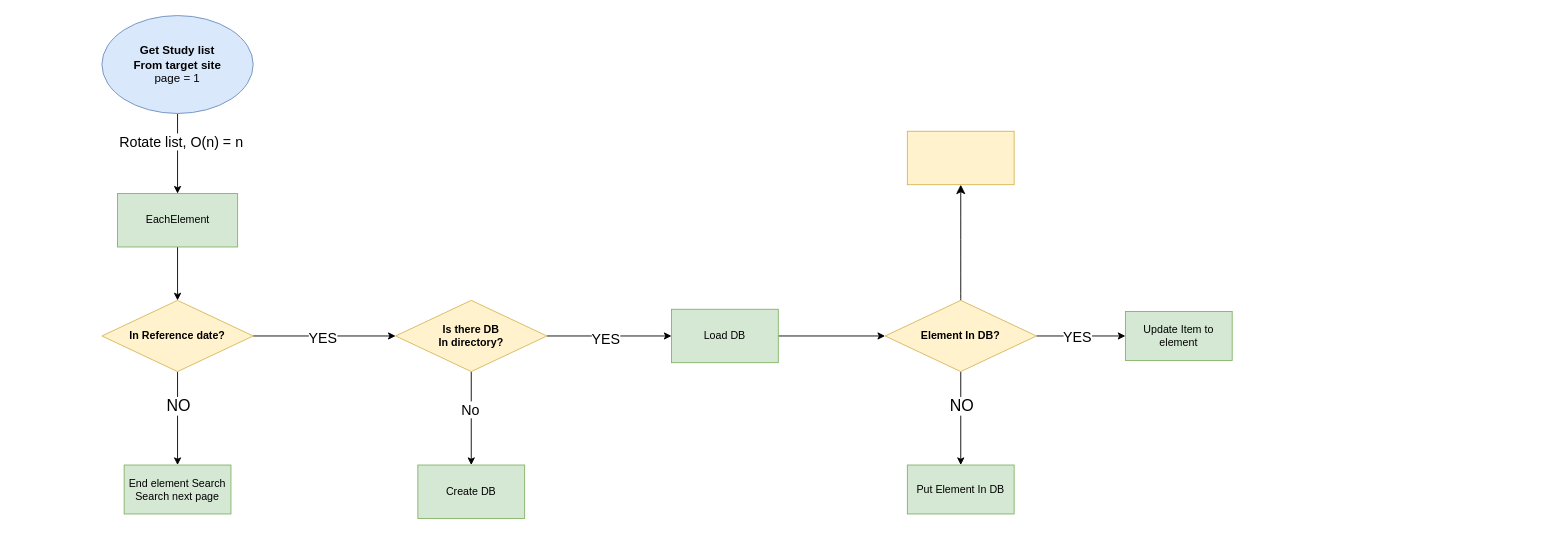
The draw.io diagram 제목 없는 다이어그램.drawio in palet404/SuddenAtattack_SideProject-Scraping-, before the edit. Source tidied: cells renumbered, new cells numbered last; positions are measured from the earlier drawing's top-left corner, leaving out a move shared by most shapes. Both pictures are drawn from the tidied source at 89%, with x=0, y=0 at pixel (101, 15).
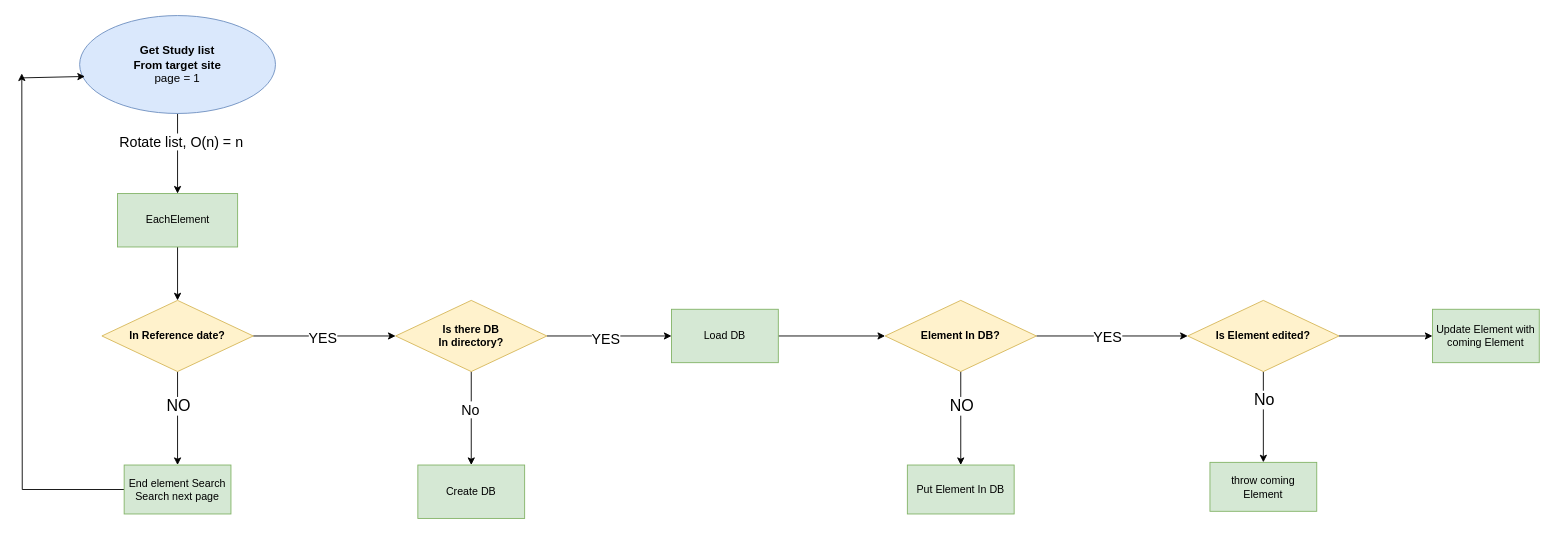
The same page after the edit.

Commit message:
제목 없는 다이어그램.drawio 업데이트

The change refers to these unchanged cells:
```xml
<mxCell id="12" value="End element Search&lt;div&gt;Search next page&lt;/div&gt;" style="whiteSpace=wrap;html=1;fillColor=#d5e8d4;strokeColor=#82b366;" parent="1" vertex="1">
  <mxGeometry x="25" y="505" width="120" height="55" as="geometry" />
</mxCell>
<mxCell id="18" value="&lt;b&gt;Element In DB?&lt;/b&gt;" style="rhombus;whiteSpace=wrap;html=1;fillColor=#fff2cc;strokeColor=#d6b656;" parent="1" vertex="1">
  <mxGeometry x="880" y="320" width="170" height="80" as="geometry" />
</mxCell>
```

The edit, as a diff of the source:
```diff
@@
     <mxCell id="4" value="&lt;span style=&quot;font-size: 13px;&quot;&gt;&lt;b&gt;Get Study list&lt;/b&gt;&lt;/span&gt;&lt;div&gt;&lt;span style=&quot;font-size: 13px;&quot;&gt;&lt;b&gt;From target site&lt;br&gt;&lt;/b&gt;&lt;/span&gt;&lt;div&gt;&lt;span style=&quot;font-size: 13px; background-color: initial;&quot;&gt;page = 1&lt;/span&gt;&lt;/div&gt;&lt;/div&gt;" style="ellipse;whiteSpace=wrap;html=1;fillColor=#dae8fc;strokeColor=#6c8ebf;" parent="1" vertex="1">
-      <mxGeometry width="170" height="110" as="geometry" />
+      <mxGeometry x="-25" width="220" height="110" as="geometry" />
     </mxCell>
@@
+    <mxCell id="30" style="edgeStyle=orthogonalEdgeStyle;rounded=0;jettySize=auto;html=1;" parent="1" edge="1" source="12">
+      <mxGeometry relative="1" as="geometry">
+        <mxPoint x="-90" y="65" as="targetPoint" />
+      </mxGeometry>
+    </mxCell>
@@
-    <mxCell id="15" style="edgeStyle=orthogonalEdgeStyle;rounded=0;jettySize=auto;html=1;entryX=0;entryY=0.5;entryDx=0;entryDy=0;" parent="1" edge="1" source="18">
-      <mxGeometry relative="1" as="geometry">
-        <mxPoint x="1150" y="360" as="targetPoint" />
-      </mxGeometry>
+    <mxCell id="15" style="edgeStyle=orthogonalEdgeStyle;rounded=0;jettySize=auto;html=1;entryX=0;entryY=0.5;entryDx=0;entryDy=0;" parent="1" edge="1" source="18" target="35">
+      <mxGeometry relative="1" as="geometry" />
     </mxCell>
@@
-    <mxCell id="17" style="edgeStyle=none;curved=1;rounded=0;jettySize=auto;html=1;fontSize=12;startSize=8;endSize=8;" parent="1" edge="1" source="18" target="29">
-      <mxGeometry relative="1" as="geometry" />
-    </mxCell>
@@
-    <mxCell id="20" value="Update Item to element" style="whiteSpace=wrap;html=1;fillColor=#d5e8d4;strokeColor=#82b366;" parent="1" vertex="1">
-      <mxGeometry x="1150" y="332.5" width="120" height="55" as="geometry" />
-    </mxCell>
@@
-    <mxCell id="29" style="whiteSpace=wrap;html=1;fillColor=#fff2cc;strokeColor=#d6b656;" parent="1" vertex="1">
-      <mxGeometry x="905" y="130" width="120" height="60" as="geometry" />
-    </mxCell>
+    <mxCell id="31" style="endArrow=classic;html=1;rounded=0;entryX=0.027;entryY=0.622;entryDx=0;entryDy=0;entryPerimeter=0;" parent="1" edge="1" target="4">
+      <mxGeometry relative="1" as="geometry">
+        <mxPoint x="-90" y="70" as="sourcePoint" />
+      </mxGeometry>
+    </mxCell>
+    <mxCell id="32" style="edgeStyle=orthogonalEdgeStyle;rounded=0;jettySize=auto;html=1;" parent="1" edge="1" source="35" target="36">
+      <mxGeometry relative="1" as="geometry" />
+    </mxCell>
+    <mxCell id="33" value="&lt;font style=&quot;font-size: 18px;&quot;&gt;No&lt;/font&gt;" style="edgeLabel;html=1;align=center;verticalAlign=middle;fontSize=18;" parent="32" vertex="1">
+      <mxGeometry x="-0.39" relative="1" as="geometry" />
+    </mxCell>
+    <mxCell id="34" style="edgeStyle=orthogonalEdgeStyle;rounded=0;jettySize=auto;html=1;" parent="1" edge="1" source="35" target="37">
+      <mxGeometry relative="1" as="geometry" />
+    </mxCell>
+    <mxCell id="35" value="&lt;b&gt;Is Element edited?&lt;/b&gt;" style="rhombus;whiteSpace=wrap;html=1;fillColor=#fff2cc;strokeColor=#d6b656;" parent="1" vertex="1">
+      <mxGeometry x="1220" y="320" width="170" height="80" as="geometry" />
+    </mxCell>
+    <mxCell id="36" value="throw coming Element" style="whiteSpace=wrap;html=1;fillColor=#d5e8d4;strokeColor=#82b366;" parent="1" vertex="1">
+      <mxGeometry x="1245" y="502" width="120" height="55" as="geometry" />
+    </mxCell>
+    <mxCell id="37" value="Update Element with coming Element" style="whiteSpace=wrap;html=1;fillColor=#d5e8d4;strokeColor=#82b366;" parent="1" vertex="1">
+      <mxGeometry x="1495" y="330" width="120" height="60" as="geometry" />
+    </mxCell>
```
